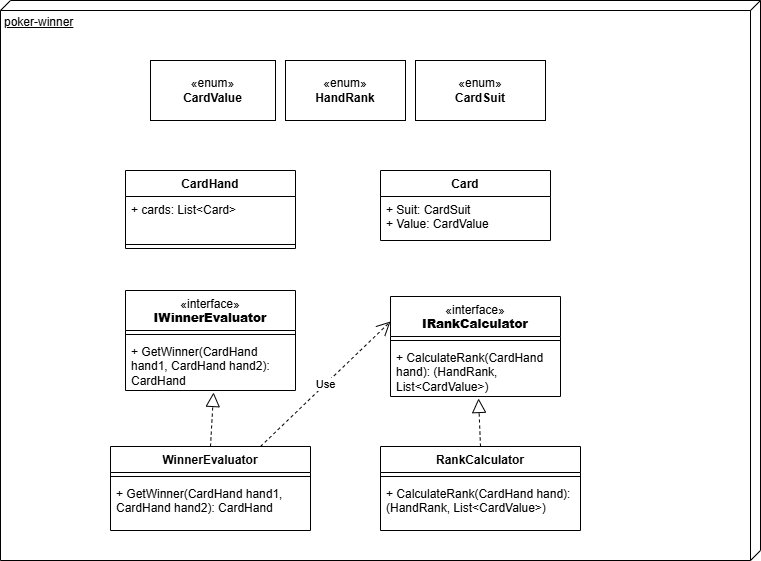
Above: PokerWinner/assets/poker-winner-design.drawio.png in mmo1995/poker-winner (draw.io), before the change. Source tidied: cells renumbered, new cells last; positions are measured from the earlier drawing's top-left corner, leaving out a move shared by most shapes.
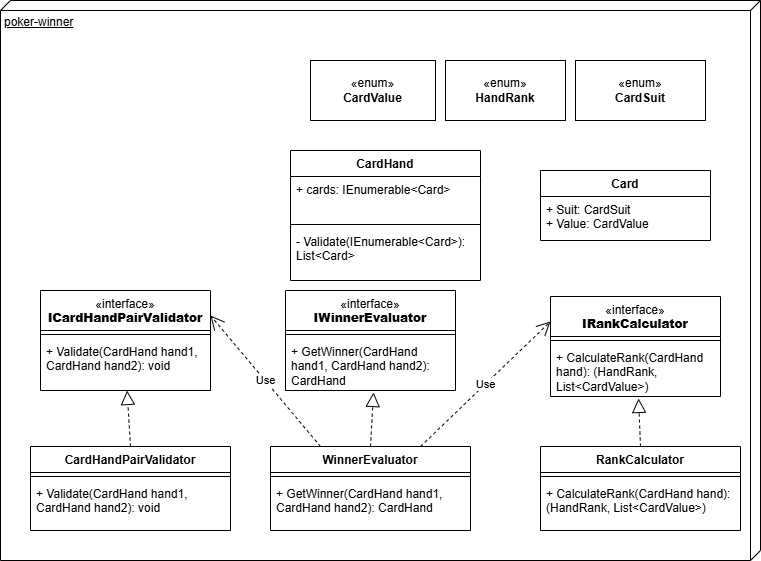
After the change.

Commit message:
docs(architectur): add ICardHandPairValidator interface and implementation

The edit, as a diff of the source:
```diff
@@ -3,7 +3,7 @@
     <mxCell id="0" />
     <mxCell id="1" parent="0" />
     <mxCell id="2" value="poker-winner" style="verticalAlign=top;align=left;spacingTop=8;spacingLeft=2;spacingRight=12;shape=cube;size=10;direction=south;fontStyle=4;html=1;whiteSpace=wrap;" parent="1" vertex="1">
-      <mxGeometry width="760" height="560" as="geometry" />
+      <mxGeometry x="-160" width="760" height="560" as="geometry" />
     </mxCell>
     <mxCell id="3" value="Card" style="swimlane;fontStyle=1;align=center;verticalAlign=top;horizontal=1;startSize=26;whiteSpace=wrap;html=1;shadow=0;" parent="1" vertex="1">
       <mxGeometry x="380" y="170" width="170" height="70" as="geometry" />
@@ -23,15 +23,6 @@
     <mxCell id="8" value="+ GetWinner(CardHand hand1, CardHand hand2): CardHand" style="text;strokeColor=none;fillColor=none;align=left;verticalAlign=top;spacingLeft=4;spacingRight=4;overflow=hidden;whiteSpace=wrap;html=1;shadow=0;" parent="6" vertex="1">
       <mxGeometry y="34" width="200" height="50" as="geometry" />
     </mxCell>
-    <mxCell id="9" value="CardHand" style="swimlane;fontStyle=1;align=center;verticalAlign=top;horizontal=1;startSize=26;whiteSpace=wrap;html=1;shadow=0;" parent="1" vertex="1">
-      <mxGeometry x="125" y="170" width="170" height="78" as="geometry" />
-    </mxCell>
-    <mxCell id="10" value="+ cards: List&amp;lt;Card&amp;gt;" style="text;strokeColor=none;fillColor=none;align=left;verticalAlign=top;spacingLeft=4;spacingRight=4;overflow=hidden;whiteSpace=wrap;html=1;shadow=0;" parent="9" vertex="1">
-      <mxGeometry y="26" width="170" height="44" as="geometry" />
-    </mxCell>
-    <mxCell id="11" style="line;strokeWidth=1;fillColor=none;align=left;verticalAlign=middle;spacingTop=-1;spacingLeft=3;spacingRight=3;labelPosition=right;strokeColor=inherit;shadow=0;" parent="9" vertex="1">
-      <mxGeometry y="70" width="170" height="8" as="geometry" />
-    </mxCell>
     <mxCell id="12" style="endArrow=block;dashed=1;endFill=0;endSize=12;html=1;rounded=0;exitX=0.5;exitY=0;exitDx=0;exitDy=0;entryX=0.518;entryY=1.038;entryDx=0;entryDy=0;entryPerimeter=0;shadow=0;" parent="1" edge="1" source="6" target="15">
       <mxGeometry relative="1" as="geometry" />
     </mxCell>
@@ -74,5 +65,41 @@
     <mxCell id="25" value="«enum»&lt;br&gt;&lt;b&gt;CardValue&lt;/b&gt;" style="html=1;whiteSpace=wrap;shadow=0;" parent="1" vertex="1">
       <mxGeometry x="150" y="60" width="125" height="60" as="geometry" />
     </mxCell>
+    <mxCell id="9" value="CardHand" style="swimlane;fontStyle=1;align=center;verticalAlign=top;horizontal=1;startSize=26;whiteSpace=wrap;html=1;" parent="1" vertex="1">
+      <mxGeometry x="130" y="150" width="190" height="130" as="geometry" />
+    </mxCell>
+    <mxCell id="26" value="+ cards: IEnumerable&amp;lt;Card&amp;gt;" style="text;strokeColor=none;fillColor=none;align=left;verticalAlign=top;spacingLeft=4;spacingRight=4;overflow=hidden;whiteSpace=wrap;html=1;" parent="9" vertex="1">
+      <mxGeometry y="26" width="190" height="44" as="geometry" />
+    </mxCell>
+    <mxCell id="27" style="line;strokeWidth=1;fillColor=none;align=left;verticalAlign=middle;spacingTop=-1;spacingLeft=3;spacingRight=3;labelPosition=right;strokeColor=inherit;" parent="9" vertex="1">
+      <mxGeometry y="70" width="190" height="8" as="geometry" />
+    </mxCell>
+    <mxCell id="28" value="- Validate(IEnumerable&amp;lt;Card&amp;gt;): List&amp;lt;Card&amp;gt;" style="text;strokeColor=none;fillColor=none;align=left;verticalAlign=top;spacingLeft=4;spacingRight=4;overflow=hidden;whiteSpace=wrap;html=1;" parent="9" vertex="1">
+      <mxGeometry y="78" width="190" height="52" as="geometry" />
+    </mxCell>
+    <mxCell id="29" value="&lt;span style=&quot;font-weight: 400;&quot;&gt;«interface»&lt;/span&gt;&lt;br style=&quot;font-weight: 400;&quot;&gt;&lt;b&gt;ICardHandPairValidator&lt;/b&gt;" style="swimlane;fontStyle=1;align=center;verticalAlign=top;horizontal=1;startSize=40;whiteSpace=wrap;html=1;shadow=0;" parent="1" vertex="1">
+      <mxGeometry x="-120" y="290" width="170" height="100" as="geometry" />
+    </mxCell>
+    <mxCell id="30" style="line;strokeWidth=1;fillColor=none;align=left;verticalAlign=middle;spacingTop=-1;spacingLeft=3;spacingRight=3;labelPosition=right;strokeColor=inherit;shadow=0;" parent="29" vertex="1">
+      <mxGeometry y="40" width="170" height="8" as="geometry" />
+    </mxCell>
+    <mxCell id="31" value="+ Validate(CardHand hand1, CardHand hand2): void" style="text;strokeColor=none;fillColor=none;align=left;verticalAlign=top;spacingLeft=4;spacingRight=4;overflow=hidden;points=[[0,0.5],[1,0.5]];portConstraint=eastwest;whiteSpace=wrap;html=1;shadow=0;" parent="29" vertex="1">
+      <mxGeometry y="48" width="170" height="52" as="geometry" />
+    </mxCell>
+    <mxCell id="32" value="Use" style="endArrow=open;endSize=12;dashed=1;html=1;rounded=0;exitX=0.25;exitY=0;exitDx=0;exitDy=0;entryX=1;entryY=0.25;entryDx=0;entryDy=0;shadow=0;" parent="1" edge="1" source="6" target="29">
+      <mxGeometry relative="1" as="geometry" />
+    </mxCell>
+    <mxCell id="33" value="CardHandPairValidator" style="swimlane;fontStyle=1;align=center;verticalAlign=top;horizontal=1;startSize=26;whiteSpace=wrap;html=1;shadow=0;" parent="1" vertex="1">
+      <mxGeometry x="-130" y="446" width="200" height="84" as="geometry" />
+    </mxCell>
+    <mxCell id="34" style="line;strokeWidth=1;fillColor=none;align=left;verticalAlign=middle;spacingTop=-1;spacingLeft=3;spacingRight=3;labelPosition=right;strokeColor=inherit;shadow=0;" parent="33" vertex="1">
+      <mxGeometry y="26" width="200" height="8" as="geometry" />
+    </mxCell>
+    <mxCell id="35" value="+ Validate(CardHand hand1, CardHand hand2): void" style="text;strokeColor=none;fillColor=none;align=left;verticalAlign=top;spacingLeft=4;spacingRight=4;overflow=hidden;whiteSpace=wrap;html=1;shadow=0;" parent="33" vertex="1">
+      <mxGeometry y="34" width="200" height="50" as="geometry" />
+    </mxCell>
+    <mxCell id="36" style="endArrow=block;dashed=1;endFill=0;endSize=12;html=1;rounded=0;exitX=0.5;exitY=0;exitDx=0;exitDy=0;shadow=0;" parent="1" edge="1" source="33" target="31">
+      <mxGeometry relative="1" as="geometry" />
+    </mxCell>
   </root>
 </mxGraphModel>
```
